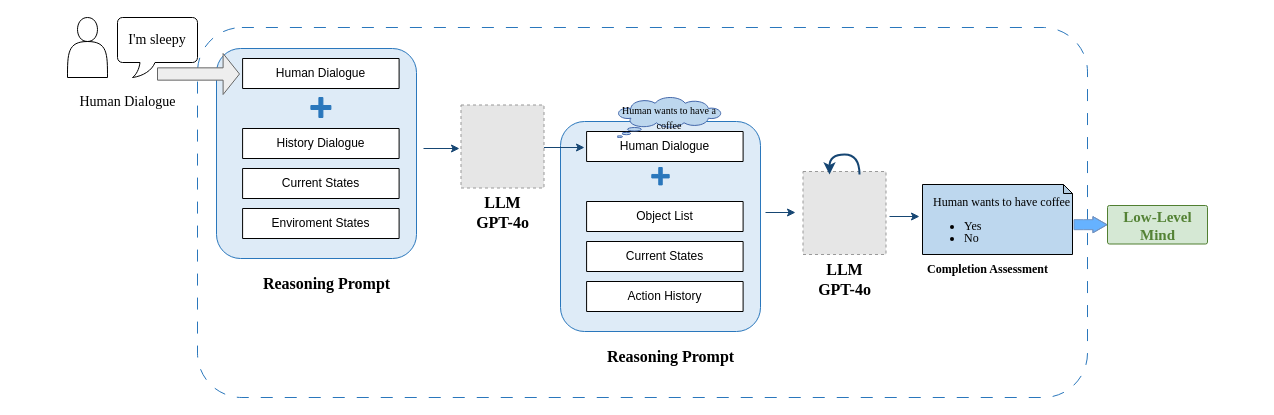
This is High_Level_Mind.drawio from Rinco1018/project_test, a draw.io file, before an edit. Source tidied: cells renumbered, new cells numbered last; positions are measured from the earlier drawing's top-left corner, leaving out a move shared by most shapes. Both pictures are drawn from the tidied source at 100%, with x=0, y=0 at pixel (17, 17). Pictures stored in the file or linked from it are replaced by grey dashed boxes.
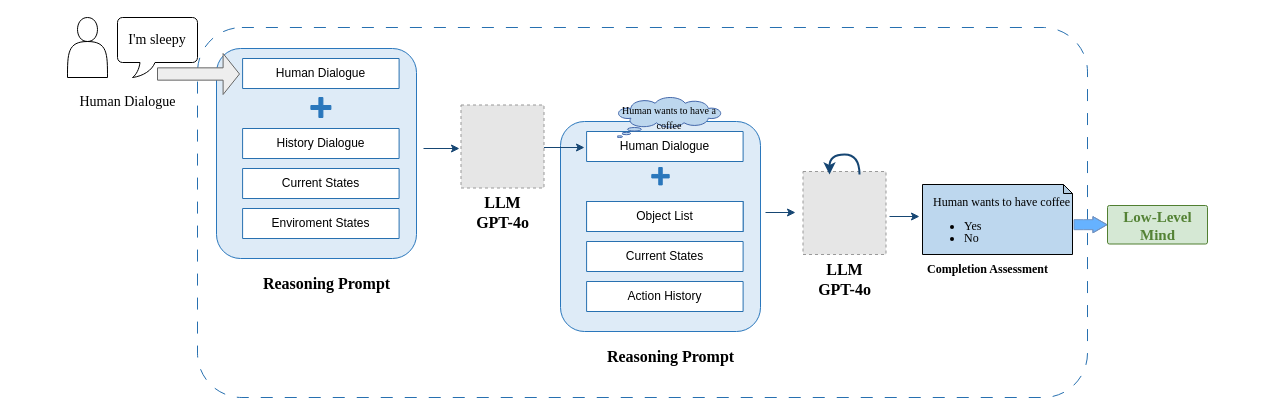
Above is the later version.

Unchanged cells that the change refers to:
```xml
<mxCell id="5" style="group;" parent="3" vertex="1">
  <mxGeometry x="26.1" y="10" width="156.5" height="240" as="geometry" />
</mxCell>
<mxCell id="6" style="group;" parent="5" vertex="1">
  <mxGeometry width="156.5" height="30" as="geometry" />
</mxCell>
<mxCell id="12" style="group;" parent="5" vertex="1">
  <mxGeometry y="110" width="156.5" height="30" as="geometry" />
</mxCell>
<mxCell id="15" style="group;" parent="5" vertex="1">
  <mxGeometry y="150" width="156.5" height="30" as="geometry" />
</mxCell>
<mxCell id="26" style="group;" parent="25" vertex="1">
  <mxGeometry width="156.5" height="30" as="geometry" />
</mxCell>
<mxCell id="29" style="group;" parent="25" vertex="1">
  <mxGeometry y="70" width="156.5" height="30" as="geometry" />
</mxCell>
<mxCell id="32" style="group;" parent="25" vertex="1">
  <mxGeometry y="110" width="156.5" height="30" as="geometry" />
</mxCell>
<mxCell id="35" style="group;" parent="25" vertex="1">
  <mxGeometry y="150" width="156.5" height="30" as="geometry" />
</mxCell>
```

The edit, as a diff of the source:
```diff
@@
-    <mxCell id="2" style="rounded=1;arcSize=12;whiteSpace=wrap;html=1;fillColor=light-dark(#FFFFFF,#1D293B);strokeColor=light-dark(#2a77bc, #5c79a3);dashed=1;dashPattern=12 12;" parent="1" vertex="1">
+    <mxCell id="2" style="rounded=1;arcSize=12;whiteSpace=wrap;html=1;fillColor=light-dark(#FFFFFF,#1D293B);strokeColor=light-dark(#2770b0, #ededed);dashed=1;dashPattern=12 12;" parent="1" vertex="1">
       <mxGeometry x="180" y="10" width="890" height="370" as="geometry" />
     </mxCell>
@@
-    <mxCell id="7" style="verticalLabelPosition=bottom;verticalAlign=top;html=1;shape=mxgraph.basic.rect;fillColor2=none;strokeWidth=1;size=20;indent=5;" parent="6" vertex="1">
+    <mxCell id="7" style="verticalLabelPosition=bottom;verticalAlign=top;html=1;shape=mxgraph.basic.rect;fillColor2=none;strokeWidth=1;size=20;indent=5;strokeColor=light-dark(#2770b0, #ededed);align=center;fontFamily=Helvetica;fontSize=12;fontColor=default;fillColor=default;" parent="6" vertex="1">
       <mxGeometry width="156.5" height="30" as="geometry" />
     </mxCell>
@@
-    <mxCell id="9" style="group;" parent="5" vertex="1">
+    <mxCell id="9" style="group;strokeColor=light-dark(#2770b0, #ededed);strokeWidth=1;align=center;verticalAlign=top;fontFamily=Helvetica;fontSize=12;fontColor=default;fillColor=default;" parent="5" vertex="1">
       <mxGeometry y="70" width="156.5" height="30" as="geometry" />
     </mxCell>
-    <mxCell id="10" style="verticalLabelPosition=bottom;verticalAlign=top;html=1;shape=mxgraph.basic.rect;fillColor2=none;strokeWidth=1;size=20;indent=5;" parent="9" vertex="1">
+    <mxCell id="10" style="verticalLabelPosition=bottom;verticalAlign=top;html=1;shape=mxgraph.basic.rect;fillColor2=none;strokeWidth=1;size=20;indent=5;strokeColor=light-dark(#2770b0, #ededed);align=center;fontFamily=Helvetica;fontSize=12;fontColor=default;fillColor=default;" parent="9" vertex="1">
       <mxGeometry width="156.5" height="30" as="geometry" />
     </mxCell>
-    <mxCell id="11" value="Object List" style="text;html=1;align=center;verticalAlign=middle;whiteSpace=wrap;rounded=0;" parent="9" vertex="1">
+    <mxCell id="11" value="Object List" style="text;html=1;align=center;verticalAlign=middle;whiteSpace=wrap;rounded=0;fontFamily=Helvetica;fontSize=12;fontColor=default;" parent="9" vertex="1">
       <mxGeometry y="7.5" width="156.5" height="15" as="geometry" />
     </mxCell>
@@
-    <mxCell id="13" style="verticalLabelPosition=bottom;verticalAlign=top;html=1;shape=mxgraph.basic.rect;fillColor2=none;strokeWidth=1;size=20;indent=5;" parent="12" vertex="1">
+    <mxCell id="13" style="verticalLabelPosition=bottom;verticalAlign=top;html=1;shape=mxgraph.basic.rect;fillColor2=none;strokeWidth=1;size=20;indent=5;strokeColor=light-dark(#2770b0, #ededed);align=center;fontFamily=Helvetica;fontSize=12;fontColor=default;fillColor=default;" parent="12" vertex="1">
       <mxGeometry width="156.5" height="30" as="geometry" />
     </mxCell>
@@
-    <mxCell id="16" style="verticalLabelPosition=bottom;verticalAlign=top;html=1;shape=mxgraph.basic.rect;fillColor2=none;strokeWidth=1;size=20;indent=5;" parent="15" vertex="1">
+    <mxCell id="16" style="verticalLabelPosition=bottom;verticalAlign=top;html=1;shape=mxgraph.basic.rect;fillColor2=none;strokeWidth=1;size=20;indent=5;strokeColor=light-dark(#2770b0, #ededed);align=center;fontFamily=Helvetica;fontSize=12;fontColor=default;fillColor=default;" parent="15" vertex="1">
       <mxGeometry width="156.5" height="30" as="geometry" />
     </mxCell>
@@
-    <mxCell id="27" style="verticalLabelPosition=bottom;verticalAlign=top;html=1;shape=mxgraph.basic.rect;fillColor2=none;strokeWidth=1;size=20;indent=5;" parent="26" vertex="1">
+    <mxCell id="27" style="verticalLabelPosition=bottom;verticalAlign=top;html=1;shape=mxgraph.basic.rect;fillColor2=none;strokeWidth=1;size=20;indent=5;strokeColor=light-dark(#2770b0, #ededed);align=center;fontFamily=Helvetica;fontSize=12;fontColor=default;fillColor=default;" parent="26" vertex="1">
       <mxGeometry width="156.5" height="30" as="geometry" />
     </mxCell>
@@
-    <mxCell id="30" style="verticalLabelPosition=bottom;verticalAlign=top;html=1;shape=mxgraph.basic.rect;fillColor2=none;strokeWidth=1;size=20;indent=5;" parent="29" vertex="1">
+    <mxCell id="30" style="verticalLabelPosition=bottom;verticalAlign=top;html=1;shape=mxgraph.basic.rect;fillColor2=none;strokeWidth=1;size=20;indent=5;strokeColor=light-dark(#2770b0, #ededed);align=center;fontFamily=Helvetica;fontSize=12;fontColor=default;fillColor=default;" parent="29" vertex="1">
       <mxGeometry width="156.5" height="30" as="geometry" />
     </mxCell>
@@
-    <mxCell id="33" style="verticalLabelPosition=bottom;verticalAlign=top;html=1;shape=mxgraph.basic.rect;fillColor2=none;strokeWidth=1;size=20;indent=5;" parent="32" vertex="1">
+    <mxCell id="33" style="verticalLabelPosition=bottom;verticalAlign=top;html=1;shape=mxgraph.basic.rect;fillColor2=none;strokeWidth=1;size=20;indent=5;strokeColor=light-dark(#2770b0, #ededed);align=center;fontFamily=Helvetica;fontSize=12;fontColor=default;fillColor=default;" parent="32" vertex="1">
       <mxGeometry width="156.5" height="30" as="geometry" />
     </mxCell>
@@
-    <mxCell id="36" style="verticalLabelPosition=bottom;verticalAlign=top;html=1;shape=mxgraph.basic.rect;fillColor2=none;strokeWidth=1;size=20;indent=5;" parent="35" vertex="1">
+    <mxCell id="36" style="verticalLabelPosition=bottom;verticalAlign=top;html=1;shape=mxgraph.basic.rect;fillColor2=none;strokeWidth=1;size=20;indent=5;strokeColor=light-dark(#2770b0, #ededed);" parent="35" vertex="1">
       <mxGeometry width="156.5" height="30" as="geometry" />
     </mxCell>
```
